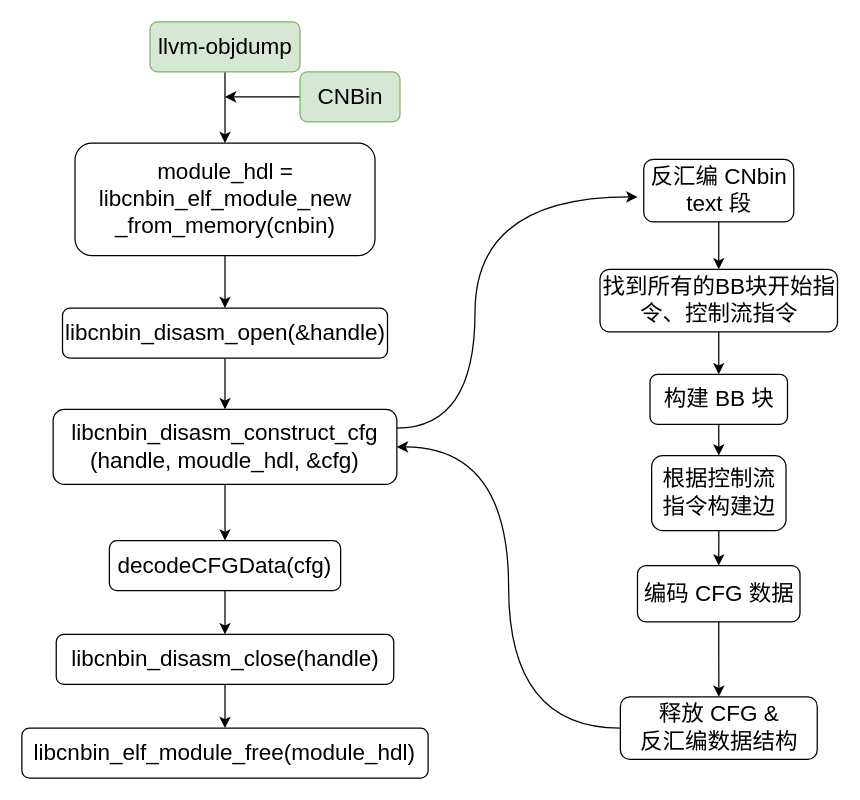
This is cfg_top.drawio from liyp1120/draw.io, a draw.io file, before an edit. Source tidied: cells renumbered, new cells numbered last; positions are measured from the earlier drawing's top-left corner, leaving out a move shared by most shapes. Both pictures are drawn from the tidied source at 125%, with x=0, y=0 at pixel (21, 21).
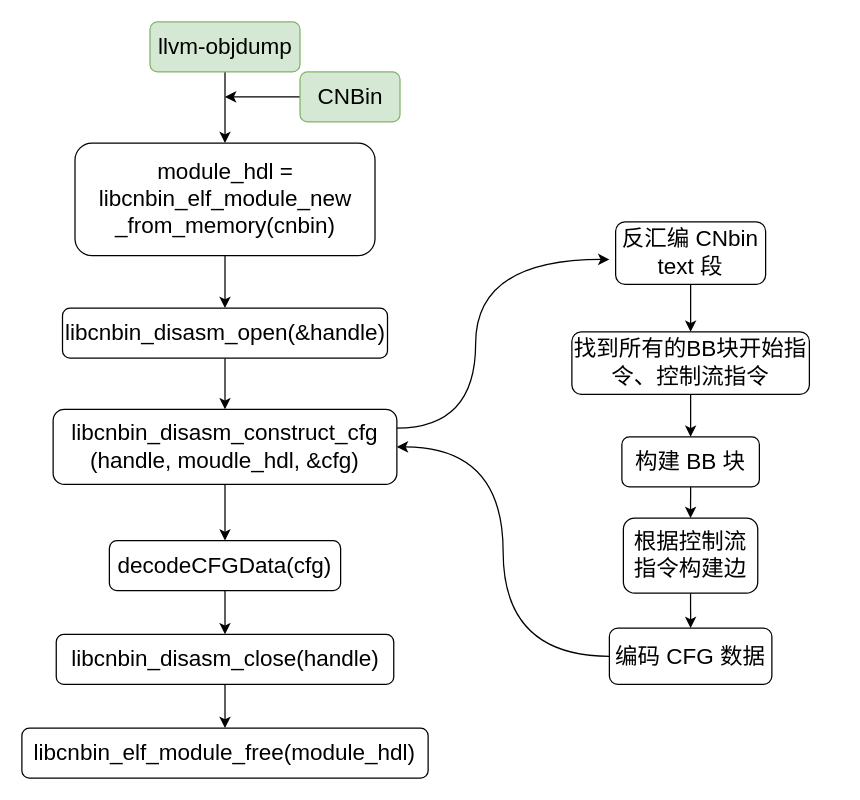
Above is the later version.

Unchanged cells that the change refers to:
```xml
<mxCell id="17" value="&lt;font style=&quot;font-size: 18px;&quot;&gt;libcnbin_disasm_construct_cfg&lt;br&gt;(handle, moudle_hdl, &amp;amp;cfg)&lt;/font&gt;" style="rounded=1;whiteSpace=wrap;html=1;fontSize=12;glass=0;strokeWidth=1;shadow=0;" parent="1" vertex="1">
  <mxGeometry x="25" y="310" width="275" height="60" as="geometry" />
</mxCell>
```

Change to the diagram source:
```diff
@@
     <mxCell id="3" value="&lt;font style=&quot;font-size: 18px;&quot;&gt;反汇编 CNbin text 段&lt;/font&gt;" style="rounded=1;whiteSpace=wrap;html=1;" parent="1" vertex="1">
-      <mxGeometry x="497.5" y="110" width="120" height="50" as="geometry" />
+      <mxGeometry x="475" y="160" width="120" height="50" as="geometry" />
     </mxCell>
@@
     <mxCell id="6" value="&lt;font style=&quot;font-size: 18px;&quot;&gt;找到所有的BB块开始指令、控制流指令&lt;/font&gt;" style="rounded=1;whiteSpace=wrap;html=1;" parent="1" vertex="1">
-      <mxGeometry x="462.5" y="198" width="190" height="50" as="geometry" />
+      <mxGeometry x="440" y="248" width="190" height="50" as="geometry" />
     </mxCell>
@@
     <mxCell id="8" value="&lt;font style=&quot;font-size: 18px;&quot;&gt;构建 BB 块&lt;/font&gt;" style="rounded=1;whiteSpace=wrap;html=1;" parent="1" vertex="1">
-      <mxGeometry x="502.5" y="282" width="110" height="40" as="geometry" />
+      <mxGeometry x="480" y="332" width="110" height="40" as="geometry" />
     </mxCell>
@@
     <mxCell id="16" style="edgeStyle=orthogonalEdgeStyle;rounded=0;jettySize=auto;html=1;exitX=1;exitY=0.25;exitDx=0;exitDy=0;curved=1;" parent="1" edge="1" source="17">
       <mxGeometry relative="1" as="geometry">
-        <mxPoint x="492.5" y="140" as="targetPoint" />
+        <mxPoint x="470" y="190" as="targetPoint" />
         <Array as="points">
-          <mxPoint x="362.5" y="325" />
-          <mxPoint x="362.5" y="140" />
+          <mxPoint x="363" y="325" />
+          <mxPoint x="363" y="190" />
         </Array>
       </mxGeometry>
     </mxCell>
@@
-    <mxCell id="20" style="edgeStyle=orthogonalEdgeStyle;rounded=0;jettySize=auto;html=1;" parent="1" edge="1" source="21" target="23">
-      <mxGeometry relative="1" as="geometry" />
-    </mxCell>
     <mxCell id="21" value="&lt;font style=&quot;font-size: 18px;&quot;&gt;编码 CFG 数据&lt;/font&gt;" style="rounded=1;whiteSpace=wrap;html=1;" parent="1" vertex="1">
-      <mxGeometry x="492.5" y="435" width="130" height="45" as="geometry" />
+      <mxGeometry x="470" y="485" width="130" height="45" as="geometry" />
     </mxCell>
-    <mxCell id="22" style="edgeStyle=orthogonalEdgeStyle;rounded=0;jettySize=auto;html=1;exitX=0;exitY=0.5;exitDx=0;exitDy=0;curved=1;entryX=1;entryY=0.5;entryDx=0;entryDy=0;" parent="1" edge="1" source="23" target="17">
+    <mxCell id="22" style="edgeStyle=orthogonalEdgeStyle;rounded=0;jettySize=auto;html=1;curved=1;entryX=1;entryY=0.5;entryDx=0;entryDy=0;exitX=0;exitY=0.5;exitDx=0;exitDy=0;" parent="1" edge="1" source="21" target="17">
       <mxGeometry relative="1" as="geometry" />
     </mxCell>
-    <mxCell id="23" value="&lt;font style=&quot;font-size: 18px;&quot;&gt;释放 CFG &amp;amp; &lt;br&gt;反汇编数据结构&lt;/font&gt;" style="rounded=1;whiteSpace=wrap;html=1;" parent="1" vertex="1">
-      <mxGeometry x="478.8" y="540" width="157.5" height="50" as="geometry" />
-    </mxCell>
@@
     <mxCell id="25" value="&lt;font style=&quot;font-size: 18px;&quot;&gt;根据控制流指令构建边&lt;/font&gt;" style="rounded=1;whiteSpace=wrap;html=1;" parent="1" vertex="1">
-      <mxGeometry x="503.8" y="347" width="107.5" height="60" as="geometry" />
+      <mxGeometry x="481.2" y="397" width="107.5" height="60" as="geometry" />
     </mxCell>
```
